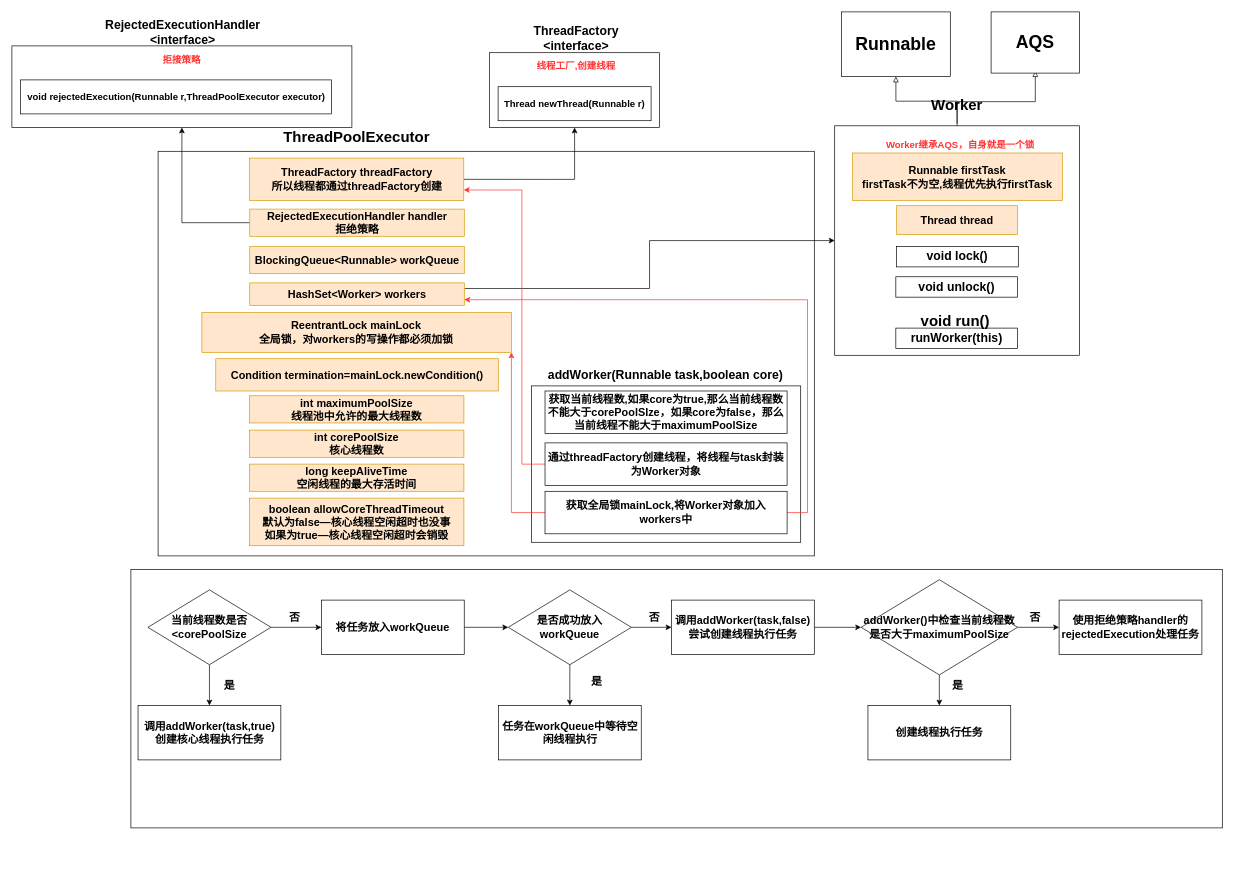
Above: Notes/Java/Java并发编程/drawio/execute()过程.drawio in hxq191830060/Hxq-Note (draw.io), before the change. Source tidied: cells renumbered, new cells numbered last; positions are measured from the earlier drawing's top-left corner, leaving out a move shared by most shapes. Both pictures are drawn from the tidied source at 68%, with x=0, y=0 at pixel (12, 12).
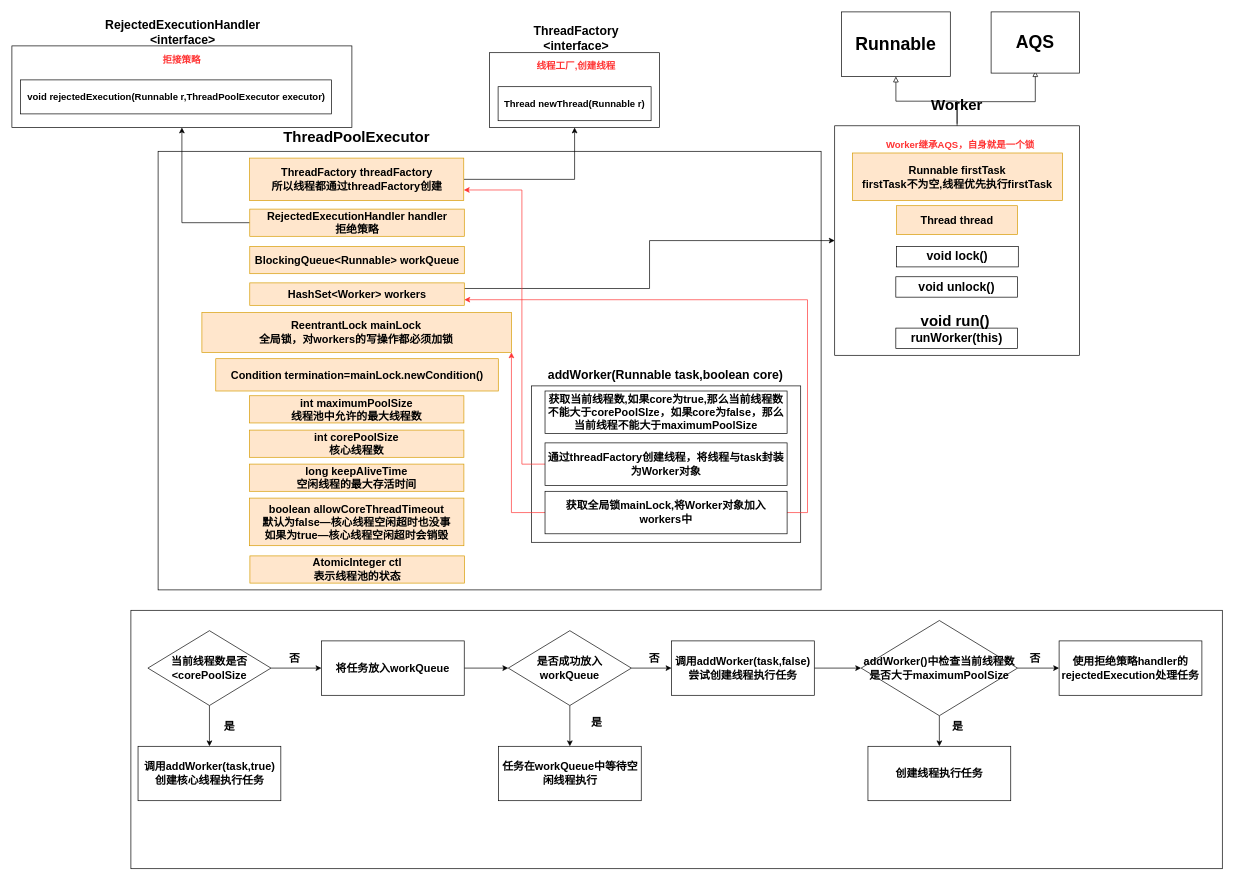
The same diagram, later.

What changed in the source:
```diff
@@
     <mxCell id="2" style="rounded=0;whiteSpace=wrap;html=1;" parent="1" vertex="1">
-      <mxGeometry x="215" y="205" width="965" height="595" as="geometry" />
+      <mxGeometry x="215" y="205" width="975" height="645" as="geometry" />
     </mxCell>
@@
     <mxCell id="37" style="rounded=0;whiteSpace=wrap;html=1;" parent="1" vertex="1">
-      <mxGeometry x="175" y="820" width="1605" height="380" as="geometry" />
+      <mxGeometry x="175" y="880" width="1605" height="380" as="geometry" />
     </mxCell>
@@
     <mxCell id="48" value="&lt;b&gt;&lt;font style=&quot;font-size: 16px&quot;&gt;当前线程数是否&amp;lt;corePoolSize&lt;/font&gt;&lt;/b&gt;" style="rhombus;whiteSpace=wrap;html=1;" parent="1" vertex="1">
-      <mxGeometry x="200" y="850" width="181" height="110" as="geometry" />
+      <mxGeometry x="200" y="910" width="181" height="110" as="geometry" />
     </mxCell>
     <mxCell id="49" value="&lt;b&gt;&lt;font style=&quot;font-size: 16px&quot;&gt;调用addWorker(task,true)创建核心线程执行任务&lt;/font&gt;&lt;/b&gt;" style="rounded=0;whiteSpace=wrap;html=1;" parent="1" vertex="1">
-      <mxGeometry x="185.5" y="1020" width="210" height="80" as="geometry" />
+      <mxGeometry x="185.5" y="1080" width="210" height="80" as="geometry" />
     </mxCell>
     <mxCell id="50" value="&lt;font style=&quot;font-size: 16px&quot;&gt;&lt;b&gt;是&lt;/b&gt;&lt;/font&gt;" style="text;html=1;strokeColor=none;fillColor=none;align=center;verticalAlign=middle;whiteSpace=wrap;rounded=0;" parent="1" vertex="1">
-      <mxGeometry x="300" y="980" width="40" height="20" as="geometry" />
+      <mxGeometry x="300" y="1040" width="40" height="20" as="geometry" />
     </mxCell>
@@
     <mxCell id="52" value="&lt;b&gt;&lt;font style=&quot;font-size: 16px&quot;&gt;将任务放入workQueue&lt;/font&gt;&lt;/b&gt;" style="rounded=0;whiteSpace=wrap;html=1;" parent="1" vertex="1">
-      <mxGeometry x="455.2" y="865" width="210" height="80" as="geometry" />
+      <mxGeometry x="455.2" y="925" width="210" height="80" as="geometry" />
     </mxCell>
@@
     <mxCell id="55" value="&lt;span style=&quot;font-size: 16px&quot;&gt;&lt;b&gt;是否成功放入workQueue&lt;/b&gt;&lt;/span&gt;" style="rhombus;whiteSpace=wrap;html=1;" parent="1" vertex="1">
-      <mxGeometry x="730" y="850" width="181" height="110" as="geometry" />
+      <mxGeometry x="730" y="910" width="181" height="110" as="geometry" />
     </mxCell>
@@
     <mxCell id="57" value="&lt;b&gt;&lt;font style=&quot;font-size: 16px&quot;&gt;调用addWorker(task,false)尝试创建线程执行任务&lt;br&gt;&lt;/font&gt;&lt;/b&gt;" style="rounded=0;whiteSpace=wrap;html=1;" parent="1" vertex="1">
-      <mxGeometry x="970" y="865" width="210" height="80" as="geometry" />
+      <mxGeometry x="970" y="925" width="210" height="80" as="geometry" />
     </mxCell>
@@
     <mxCell id="60" value="&lt;span style=&quot;font-size: 16px&quot;&gt;&lt;b&gt;addWorker()中检查当前线程数是否大于maximumPoolSize&lt;/b&gt;&lt;/span&gt;" style="rhombus;whiteSpace=wrap;html=1;" parent="1" vertex="1">
-      <mxGeometry x="1248.9" y="835" width="230" height="140" as="geometry" />
+      <mxGeometry x="1248.9" y="895" width="230" height="140" as="geometry" />
     </mxCell>
     <mxCell id="61" value="&lt;span style=&quot;font-size: 16px&quot;&gt;&lt;b&gt;否&lt;/b&gt;&lt;/span&gt;" style="text;html=1;strokeColor=none;fillColor=none;align=center;verticalAlign=middle;whiteSpace=wrap;rounded=0;" parent="1" vertex="1">
-      <mxGeometry x="395.5" y="880" width="40" height="20" as="geometry" />
+      <mxGeometry x="395.5" y="940" width="40" height="20" as="geometry" />
     </mxCell>
     <mxCell id="62" value="&lt;span style=&quot;font-size: 16px&quot;&gt;&lt;b&gt;否&lt;/b&gt;&lt;/span&gt;" style="text;html=1;strokeColor=none;fillColor=none;align=center;verticalAlign=middle;whiteSpace=wrap;rounded=0;" parent="1" vertex="1">
-      <mxGeometry x="925" y="880" width="40" height="20" as="geometry" />
+      <mxGeometry x="925" y="940" width="40" height="20" as="geometry" />
     </mxCell>
     <mxCell id="63" value="&lt;font style=&quot;font-size: 16px&quot;&gt;&lt;b&gt;是&lt;/b&gt;&lt;/font&gt;" style="text;html=1;strokeColor=none;fillColor=none;align=center;verticalAlign=middle;whiteSpace=wrap;rounded=0;" parent="1" vertex="1">
-      <mxGeometry x="840" y="975" width="40" height="20" as="geometry" />
+      <mxGeometry x="840" y="1035" width="40" height="20" as="geometry" />
     </mxCell>
     <mxCell id="64" value="&lt;b&gt;&lt;font style=&quot;font-size: 16px&quot;&gt;使用拒绝策略handler的rejectedExecution处理任务&lt;/font&gt;&lt;/b&gt;" style="rounded=0;whiteSpace=wrap;html=1;" parent="1" vertex="1">
-      <mxGeometry x="1540" y="865" width="210" height="80" as="geometry" />
+      <mxGeometry x="1540" y="925" width="210" height="80" as="geometry" />
     </mxCell>
     <mxCell id="65" value="&lt;span style=&quot;font-size: 16px&quot;&gt;&lt;b&gt;否&lt;/b&gt;&lt;/span&gt;" style="text;html=1;strokeColor=none;fillColor=none;align=center;verticalAlign=middle;whiteSpace=wrap;rounded=0;" parent="1" vertex="1">
-      <mxGeometry x="1485" y="880" width="40" height="20" as="geometry" />
+      <mxGeometry x="1485" y="940" width="40" height="20" as="geometry" />
     </mxCell>
     <mxCell id="66" value="&lt;b&gt;&lt;font style=&quot;font-size: 16px&quot;&gt;创建线程执行任务&lt;br&gt;&lt;/font&gt;&lt;/b&gt;" style="rounded=0;whiteSpace=wrap;html=1;" parent="1" vertex="1">
-      <mxGeometry x="1258.9" y="1020" width="210" height="80" as="geometry" />
+      <mxGeometry x="1258.9" y="1080" width="210" height="80" as="geometry" />
     </mxCell>
     <mxCell id="67" value="&lt;span style=&quot;font-size: 16px&quot;&gt;&lt;b&gt;任务在workQueue中等待空闲线程执行&lt;/b&gt;&lt;/span&gt;" style="rounded=0;whiteSpace=wrap;html=1;" parent="1" vertex="1">
-      <mxGeometry x="715.5" y="1020" width="210" height="80" as="geometry" />
+      <mxGeometry x="715.5" y="1080" width="210" height="80" as="geometry" />
     </mxCell>
     <mxCell id="68" value="&lt;font style=&quot;font-size: 16px&quot;&gt;&lt;b&gt;是&lt;/b&gt;&lt;/font&gt;" style="text;html=1;strokeColor=none;fillColor=none;align=center;verticalAlign=middle;whiteSpace=wrap;rounded=0;" parent="1" vertex="1">
-      <mxGeometry x="1370.5" y="980" width="40" height="20" as="geometry" />
+      <mxGeometry x="1370.5" y="1040" width="40" height="20" as="geometry" />
     </mxCell>
@@
+    <mxCell id="70" value="&lt;b&gt;&lt;font style=&quot;font-size: 16px&quot;&gt;AtomicInteger ctl&lt;br&gt;表示线程池的状态&lt;br&gt;&lt;/font&gt;&lt;/b&gt;" style="rounded=0;whiteSpace=wrap;html=1;fillColor=#ffe6cc;strokeColor=#d79b00;" parent="1" vertex="1">
+      <mxGeometry x="350" y="800" width="315.5" height="40" as="geometry" />
+    </mxCell>
```
